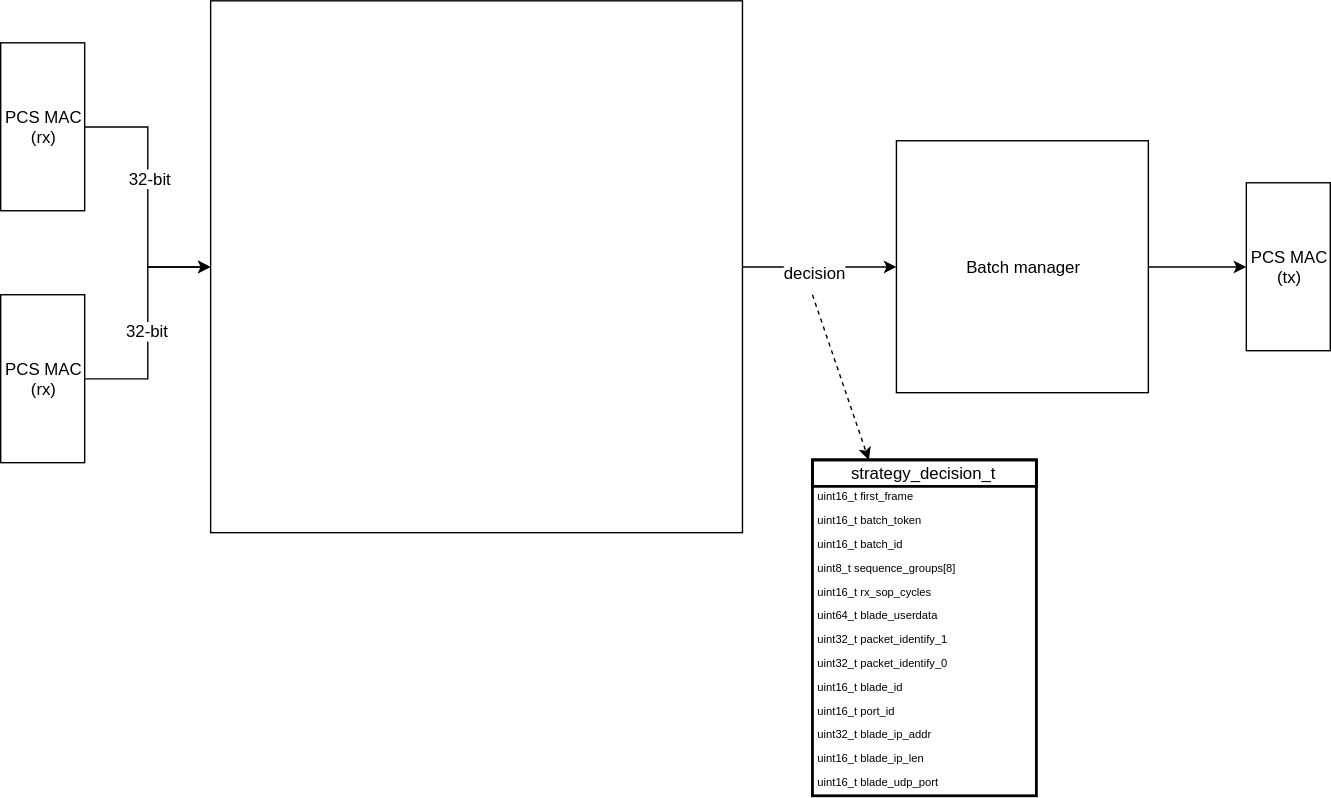
The draw.io diagram HW_strategy.svg in epyonliu/holo_wmh_project, before a commit. Source tidied: cells renumbered, new cells last; positions are measured from the earlier drawing's top-left corner, leaving out a move shared by most shapes.
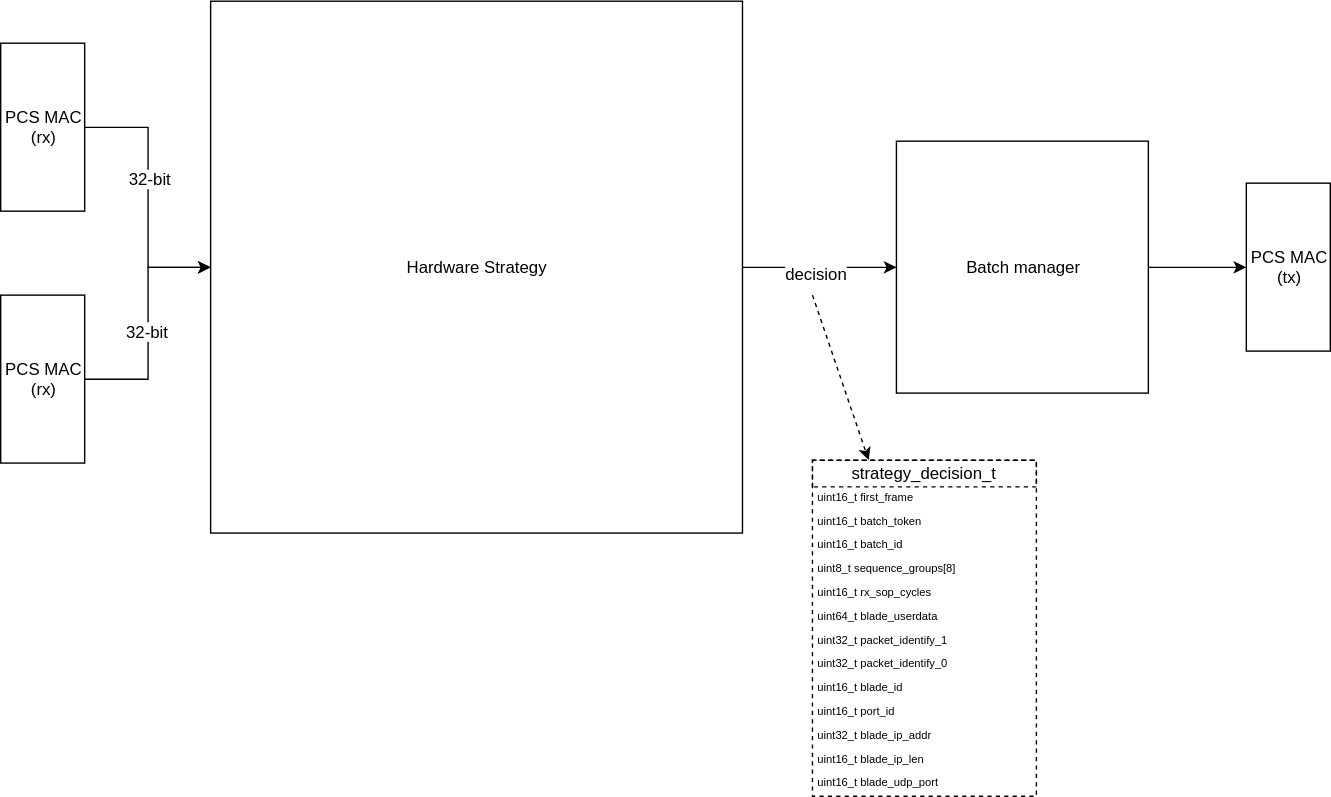
The same file after the commit.

The edit, as a diff of the source:
```diff
@@ -34,7 +34,7 @@
         <mxPoint x="-2" y="-1" as="offset" />
       </mxGeometry>
     </mxCell>
-    <mxCell id="12" style="rounded=0;whiteSpace=wrap;html=1;" parent="1" vertex="1">
+    <mxCell id="12" value="Hardware Strategy" style="rounded=0;whiteSpace=wrap;html=1;" parent="1" vertex="1">
       <mxGeometry x="150" width="380" height="380" as="geometry" />
     </mxCell>
     <mxCell id="13" value="PCS MAC&lt;br&gt;(tx)" style="rounded=0;whiteSpace=wrap;html=1;" parent="1" vertex="1">
@@ -45,7 +45,7 @@
         <mxPoint x="580" y="210" as="sourcePoint" />
       </mxGeometry>
     </mxCell>
-    <mxCell id="15" value="strategy_decision_t" style="swimlane;fontStyle=0;horizontal=1;startSize=19;fillColor=none;swimlaneFillColor=#ffffff;strokeWidth=2;fontSize=12;" parent="1" vertex="1">
+    <mxCell id="15" value="strategy_decision_t" style="swimlane;fontStyle=0;horizontal=1;startSize=19;fillColor=none;swimlaneFillColor=#ffffff;strokeWidth=1;fontSize=12;strokeColor=#000000;dashed=1;" parent="1" vertex="1">
       <mxGeometry x="580" y="328" width="160" height="240" as="geometry" />
     </mxCell>
     <mxCell id="16" value="uint16_t first_frame" style="text;strokeColor=none;fillColor=none;align=left;verticalAlign=middle;spacingLeft=4;spacingRight=4;overflow=hidden;fontSize=8;spacing=0;" parent="15" vertex="1">
```
